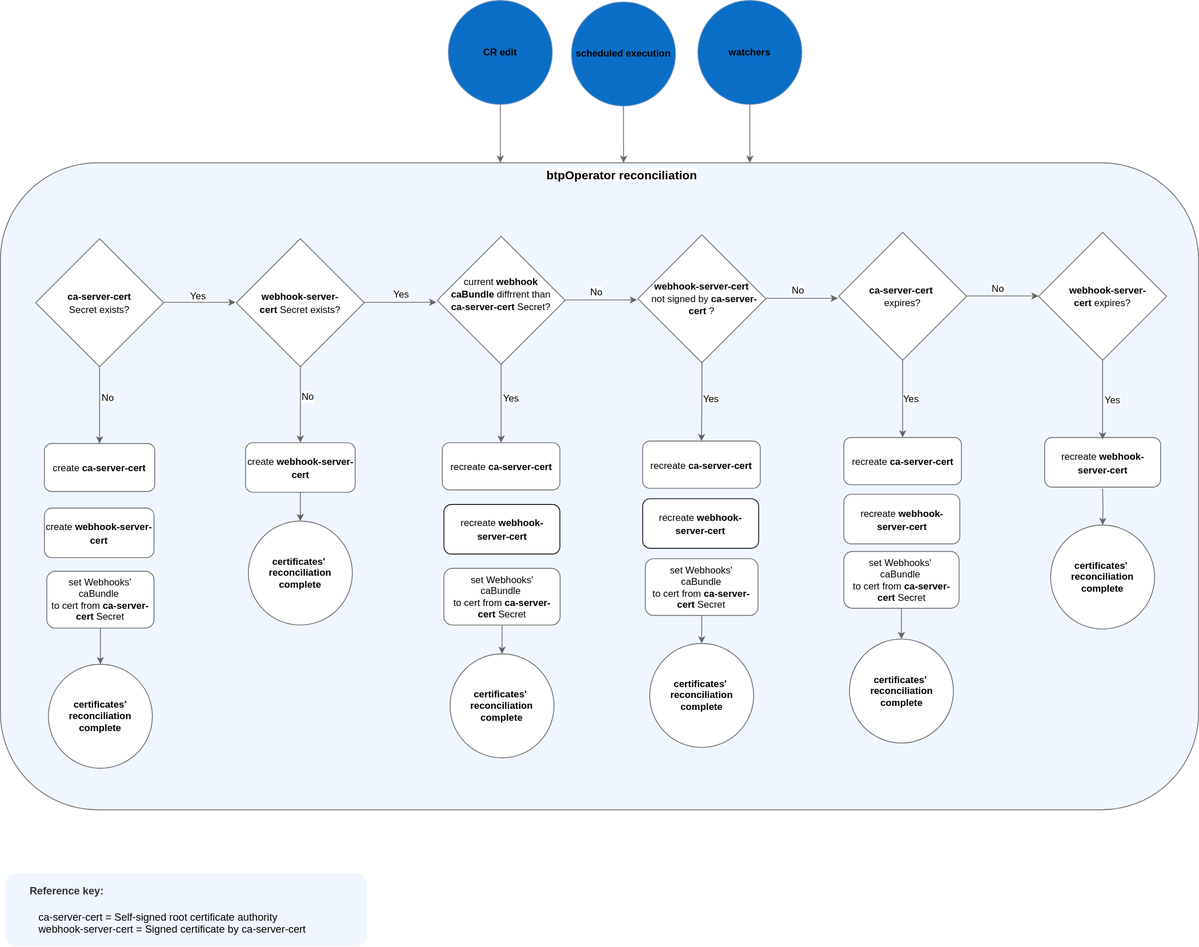
Earlier version of the draw.io export docs/assets/certs.svg (kyma-project/btp-manager). Source tidied: cells renumbered, new cells last; positions are measured from the earlier drawing's top-left corner, leaving out a move shared by most shapes.
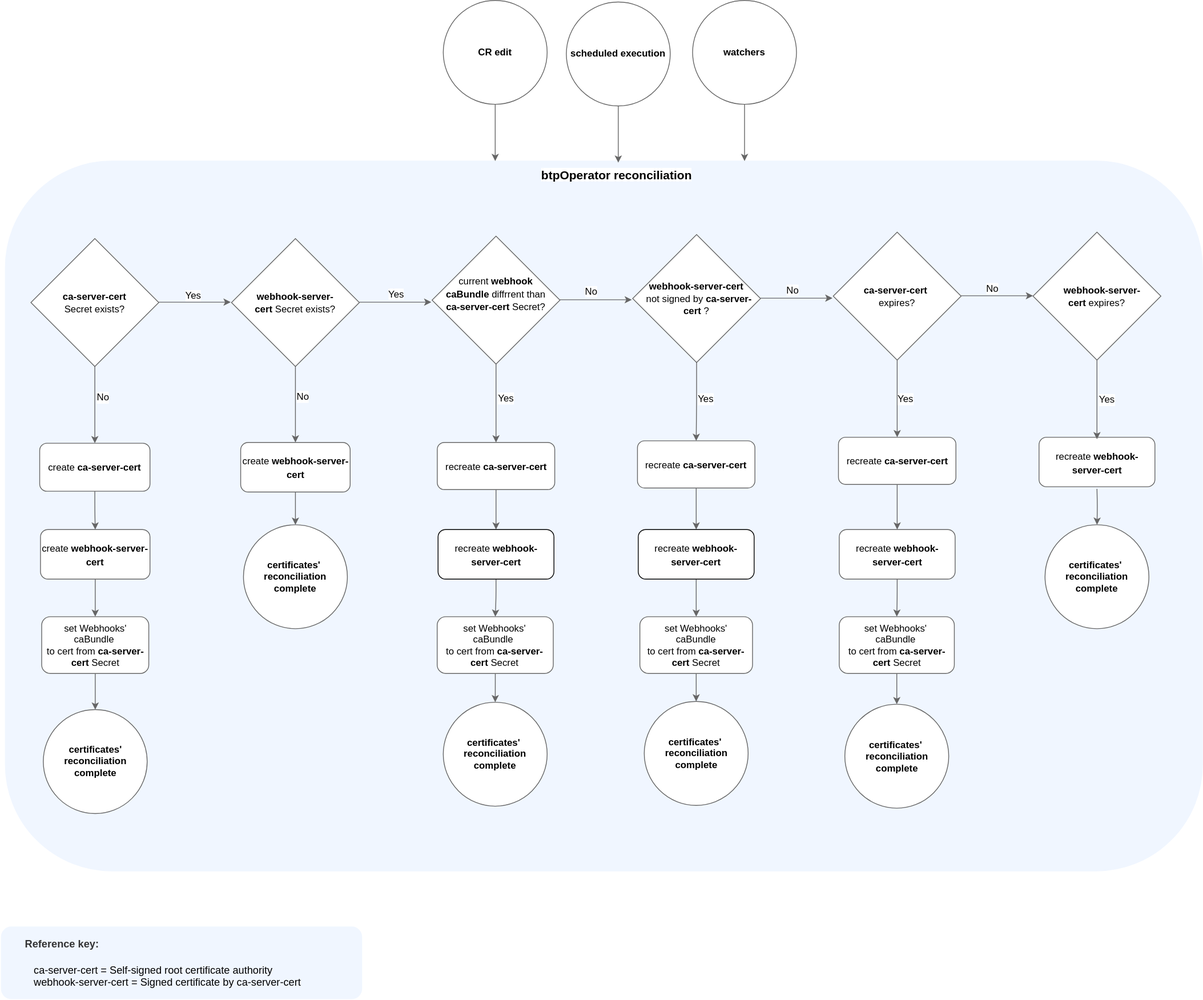
Above is the later version.

What changed in the source:
```diff
@@ -2,24 +2,36 @@
   <root>
     <mxCell id="0" />
     <mxCell id="1" parent="0" />
-    <mxCell id="2" style="rounded=1;whiteSpace=wrap;html=1;fontSize=14;fillColor=#f0f6ff;fontColor=#333333;strokeColor=#666666;" parent="1" vertex="1">
-      <mxGeometry y="203" width="1498" height="809" as="geometry" />
+    <mxCell id="2" style="rounded=1;whiteSpace=wrap;html=1;fontSize=14;fillColor=#f0f6ff;fontColor=#333333;strokeColor=#f0f6ff;" parent="1" vertex="1">
+      <mxGeometry x="12" y="201" width="1498" height="888" as="geometry" />
     </mxCell>
+    <mxCell id="64" style="edgeStyle=orthogonalEdgeStyle;rounded=1;jettySize=auto;html=1;strokeColor=#666666;" parent="1" edge="1" source="3" target="4">
+      <mxGeometry relative="1" as="geometry" />
+    </mxCell>
     <mxCell id="3" value="&lt;font style=&quot;font-size: 12px;&quot;&gt;recreate&amp;nbsp;&lt;b style=&quot;border-color: var(--border-color);&quot;&gt;ca-server-cert&lt;/b&gt;&lt;/font&gt;" style="rounded=1;whiteSpace=wrap;html=1;fontSize=14;strokeColor=#666666;" parent="1" vertex="1">
       <mxGeometry x="1054.5" y="546.5" width="147" height="59" as="geometry" />
     </mxCell>
+    <mxCell id="65" style="edgeStyle=orthogonalEdgeStyle;rounded=1;jettySize=auto;html=1;strokeColor=#666666;" parent="1" edge="1" source="4" target="14">
+      <mxGeometry relative="1" as="geometry" />
+    </mxCell>
     <mxCell id="4" value="&lt;font style=&quot;font-size: 12px;&quot;&gt;recreate&amp;nbsp;&lt;b style=&quot;border-color: var(--border-color);&quot;&gt;webhook-server-cert&lt;/b&gt;&lt;/font&gt;" style="rounded=1;whiteSpace=wrap;html=1;fontSize=14;strokeColor=#666666;" parent="1" vertex="1">
-      <mxGeometry x="1054.5" y="617.5" width="145" height="62" as="geometry" />
+      <mxGeometry x="1055.5" y="662" width="145" height="62" as="geometry" />
     </mxCell>
     <mxCell id="5" style="edgeStyle=orthogonalEdgeStyle;rounded=1;jettySize=auto;html=1;entryX=0.5;entryY=0;entryDx=0;entryDy=0;strokeColor=#666666;" parent="1" edge="1" source="6" target="46">
       <mxGeometry relative="1" as="geometry" />
     </mxCell>
     <mxCell id="6" value="&lt;div style=&quot;font-size: 12px;&quot;&gt;&lt;font style=&quot;background-color: initial; font-size: 12px;&quot;&gt;set Webhooks' caBundle&amp;nbsp;&lt;/font&gt;&lt;/div&gt;&lt;div style=&quot;font-size: 12px;&quot;&gt;&lt;font style=&quot;background-color: initial; font-size: 12px;&quot;&gt;to cert from&amp;nbsp;&lt;/font&gt;&lt;b style=&quot;background-color: initial; border-color: var(--border-color);&quot;&gt;ca-server-cert&amp;nbsp;&lt;/b&gt;&lt;span style=&quot;background-color: initial; border-color: var(--border-color);&quot;&gt;Secret&lt;/span&gt;&lt;/div&gt;" style="rounded=1;whiteSpace=wrap;html=1;fontSize=14;align=center;strokeColor=#666666;" parent="1" vertex="1">
-      <mxGeometry x="58" y="713.8" width="134" height="71" as="geometry" />
+      <mxGeometry x="57.5" y="771" width="134" height="71" as="geometry" />
     </mxCell>
+    <mxCell id="66" style="edgeStyle=orthogonalEdgeStyle;rounded=1;jettySize=auto;html=1;strokeColor=#666666;" parent="1" edge="1" source="7" target="6">
+      <mxGeometry relative="1" as="geometry" />
+    </mxCell>
     <mxCell id="7" value="&lt;font style=&quot;font-size: 12px;&quot;&gt;create&amp;nbsp;&lt;b style=&quot;border-color: var(--border-color);&quot;&gt;webhook-server-cert&lt;/b&gt;&lt;/font&gt;" style="rounded=1;whiteSpace=wrap;html=1;fontSize=14;strokeColor=#666666;" parent="1" vertex="1">
-      <mxGeometry x="55" y="634.8" width="137" height="62" as="geometry" />
+      <mxGeometry x="56" y="662" width="137" height="62" as="geometry" />
     </mxCell>
+    <mxCell id="67" style="edgeStyle=orthogonalEdgeStyle;rounded=1;jettySize=auto;html=1;strokeColor=#666666;" parent="1" edge="1" source="8" target="7">
+      <mxGeometry relative="1" as="geometry" />
+    </mxCell>
     <mxCell id="8" value="&lt;font style=&quot;font-size: 12px;&quot;&gt;create&amp;nbsp;&lt;b style=&quot;border-color: var(--border-color);&quot;&gt;ca-server-cert&lt;/b&gt;&lt;/font&gt;" style="rounded=1;whiteSpace=wrap;html=1;fontSize=14;strokeColor=#666666;" parent="1" vertex="1">
       <mxGeometry x="55" y="554" width="138" height="60" as="geometry" />
     </mxCell>
@@ -31,7 +43,7 @@
         </Array>
       </mxGeometry>
     </mxCell>
-    <mxCell id="10" value="&lt;span style=&quot;font-size: 12px;&quot;&gt;&lt;b&gt;CR edit&lt;/b&gt;&lt;/span&gt;" style="ellipse;whiteSpace=wrap;html=1;labelBackgroundColor=none;fontSize=10;fillColor=#0a6ec7;strokeColor=#6c8ebf;" parent="1" vertex="1">
+    <mxCell id="10" value="&lt;span style=&quot;font-size: 12px;&quot;&gt;&lt;b&gt;CR edit&lt;/b&gt;&lt;/span&gt;" style="ellipse;whiteSpace=wrap;html=1;labelBackgroundColor=none;fontSize=10;fillColor=#FFFFFF;strokeColor=#666666;" parent="1" vertex="1">
       <mxGeometry x="560" width="130" height="130" as="geometry" />
     </mxCell>
     <mxCell id="11" style="edgeStyle=orthogonalEdgeStyle;rounded=1;jettySize=auto;html=1;strokeColor=#666666;" parent="1" edge="1" source="12" target="47">
@@ -44,13 +56,13 @@
       <mxGeometry relative="1" as="geometry" />
     </mxCell>
     <mxCell id="14" value="&lt;div style=&quot;font-size: 12px;&quot;&gt;&lt;font style=&quot;background-color: initial; font-size: 12px;&quot;&gt;set Webhooks'&amp;nbsp;&lt;/font&gt;&lt;/div&gt;&lt;div style=&quot;font-size: 12px;&quot;&gt;&lt;font style=&quot;background-color: initial; font-size: 12px;&quot;&gt;caBundle&amp;nbsp;&lt;/font&gt;&lt;/div&gt;&lt;div style=&quot;font-size: 12px;&quot;&gt;&lt;font style=&quot;background-color: initial; font-size: 12px;&quot;&gt;to cert from&amp;nbsp;&lt;/font&gt;&lt;b style=&quot;background-color: initial; border-color: var(--border-color);&quot;&gt;ca-server-cert&amp;nbsp;&lt;/b&gt;&lt;span style=&quot;background-color: initial; border-color: var(--border-color);&quot;&gt;Secret&lt;/span&gt;&lt;/div&gt;" style="rounded=1;whiteSpace=wrap;html=1;fontSize=14;align=center;strokeColor=#666666;" parent="1" vertex="1">
-      <mxGeometry x="1054.5" y="689" width="144" height="71" as="geometry" />
+      <mxGeometry x="1055.5" y="771" width="144" height="71" as="geometry" />
     </mxCell>
     <mxCell id="15" style="edgeStyle=orthogonalEdgeStyle;rounded=1;jettySize=auto;html=1;strokeColor=#666666;" parent="1" edge="1" source="16" target="49">
       <mxGeometry relative="1" as="geometry" />
     </mxCell>
     <mxCell id="16" value="&lt;div style=&quot;font-size: 12px;&quot;&gt;&lt;font style=&quot;background-color: initial; font-size: 12px;&quot;&gt;set Webhooks'&lt;/font&gt;&lt;/div&gt;&lt;div style=&quot;font-size: 12px;&quot;&gt;&lt;font style=&quot;background-color: initial; font-size: 12px;&quot;&gt;&amp;nbsp;caBundle&amp;nbsp;&lt;/font&gt;&lt;/div&gt;&lt;div style=&quot;font-size: 12px;&quot;&gt;&lt;font style=&quot;background-color: initial; font-size: 12px;&quot;&gt;to cert from&amp;nbsp;&lt;/font&gt;&lt;b style=&quot;background-color: initial; border-color: var(--border-color);&quot;&gt;ca-server-cert&amp;nbsp;&lt;/b&gt;&lt;span style=&quot;background-color: initial; border-color: var(--border-color);&quot;&gt;Secret&lt;/span&gt;&lt;/div&gt;" style="rounded=1;whiteSpace=wrap;html=1;fontSize=14;align=center;strokeColor=#666666;" parent="1" vertex="1">
-      <mxGeometry x="806.2" y="698" width="141" height="71" as="geometry" />
+      <mxGeometry x="806" y="771" width="141" height="71" as="geometry" />
     </mxCell>
     <mxCell id="17" style="edgeStyle=orthogonalEdgeStyle;rounded=1;jettySize=auto;html=1;strokeColor=#666666;" parent="1" edge="1" target="51">
       <mxGeometry relative="1" as="geometry">
@@ -60,11 +72,17 @@
     <mxCell id="18" value="&lt;font style=&quot;font-size: 12px;&quot;&gt;recreate&amp;nbsp;&lt;b style=&quot;border-color: var(--border-color);&quot;&gt;webhook-server-cert&lt;/b&gt;&lt;/font&gt;" style="rounded=1;whiteSpace=wrap;html=1;fontSize=14;strokeColor=#666666;" parent="1" vertex="1">
       <mxGeometry x="1305.5" y="546.5" width="145" height="62" as="geometry" />
     </mxCell>
+    <mxCell id="68" style="edgeStyle=orthogonalEdgeStyle;rounded=1;jettySize=auto;html=1;strokeColor=#666666;" parent="1" edge="1" source="19" target="20">
+      <mxGeometry relative="1" as="geometry" />
+    </mxCell>
     <mxCell id="19" value="&lt;font style=&quot;font-size: 12px;&quot;&gt;recreate&amp;nbsp;&lt;b style=&quot;border-color: var(--border-color);&quot;&gt;ca-server-cert&lt;/b&gt;&lt;/font&gt;" style="rounded=1;whiteSpace=wrap;html=1;fontSize=14;strokeColor=#666666;" parent="1" vertex="1">
       <mxGeometry x="803" y="551" width="147" height="59" as="geometry" />
     </mxCell>
+    <mxCell id="69" style="edgeStyle=orthogonalEdgeStyle;rounded=1;jettySize=auto;html=1;strokeColor=#666666;" parent="1" edge="1" source="20" target="16">
+      <mxGeometry relative="1" as="geometry" />
+    </mxCell>
     <mxCell id="20" value="&lt;font style=&quot;font-size: 12px;&quot;&gt;recreate&amp;nbsp;&lt;b style=&quot;border-color: var(--border-color);&quot;&gt;webhook-server-cert&lt;/b&gt;&lt;/font&gt;" style="rounded=1;whiteSpace=wrap;html=1;fontSize=14;" parent="1" vertex="1">
-      <mxGeometry x="803" y="623" width="145" height="62" as="geometry" />
+      <mxGeometry x="804" y="662" width="145" height="62" as="geometry" />
     </mxCell>
     <mxCell id="21" style="edgeStyle=orthogonalEdgeStyle;rounded=1;jettySize=auto;html=1;strokeColor=#666666;" parent="1" edge="1" source="22" target="2">
       <mxGeometry relative="1" as="geometry">
@@ -74,13 +92,13 @@
         </Array>
       </mxGeometry>
     </mxCell>
-    <mxCell id="22" value="&lt;b style=&quot;border-color: var(--border-color); font-size: 12px;&quot;&gt;&lt;font style=&quot;border-color: var(--border-color); font-size: 12px;&quot;&gt;watchers&lt;/font&gt;&lt;/b&gt;" style="ellipse;whiteSpace=wrap;html=1;labelBackgroundColor=none;fontSize=10;fillColor=#0a6ec7;strokeColor=#6c8ebf;" parent="1" vertex="1">
+    <mxCell id="22" value="&lt;b style=&quot;border-color: var(--border-color); font-size: 12px;&quot;&gt;&lt;font style=&quot;border-color: var(--border-color); font-size: 12px;&quot;&gt;watchers&lt;/font&gt;&lt;/b&gt;" style="ellipse;whiteSpace=wrap;html=1;labelBackgroundColor=none;fontSize=10;fillColor=#FFFFFF;strokeColor=#666666;" parent="1" vertex="1">
       <mxGeometry x="872" width="130" height="130" as="geometry" />
     </mxCell>
     <mxCell id="23" style="edgeStyle=orthogonalEdgeStyle;rounded=1;jettySize=auto;html=1;strokeColor=#666666;" parent="1" edge="1" source="24" target="62">
       <mxGeometry relative="1" as="geometry" />
     </mxCell>
-    <mxCell id="24" value="&lt;b style=&quot;border-color: var(--border-color); font-size: 12px;&quot;&gt;scheduled execution&lt;br&gt;&lt;/b&gt;" style="ellipse;whiteSpace=wrap;html=1;labelBackgroundColor=none;fontSize=10;fillColor=#0a6ec7;strokeColor=#6c8ebf;" parent="1" vertex="1">
+    <mxCell id="24" value="&lt;b style=&quot;border-color: var(--border-color); font-size: 12px;&quot;&gt;scheduled execution&lt;br&gt;&lt;/b&gt;" style="ellipse;whiteSpace=wrap;html=1;labelBackgroundColor=none;fontSize=10;fillColor=#FFFFFF;strokeColor=#666666;" parent="1" vertex="1">
       <mxGeometry x="714" y="2" width="130" height="130" as="geometry" />
     </mxCell>
     <mxCell id="25" style="edgeStyle=orthogonalEdgeStyle;rounded=1;jettySize=auto;html=1;entryX=0.5;entryY=0;entryDx=0;entryDy=0;strokeColor=#666666;" parent="1" edge="1" source="27" target="44">
@@ -142,28 +160,34 @@
       <mxGeometry relative="1" as="geometry" />
     </mxCell>
     <mxCell id="43" value="&lt;div style=&quot;font-size: 12px;&quot;&gt;&lt;font style=&quot;background-color: initial; font-size: 12px;&quot;&gt;set Webhooks'&lt;/font&gt;&lt;/div&gt;&lt;div style=&quot;font-size: 12px;&quot;&gt;&lt;font style=&quot;background-color: initial; font-size: 12px;&quot;&gt;caBundle&amp;nbsp;&lt;/font&gt;&lt;/div&gt;&lt;div style=&quot;font-size: 12px;&quot;&gt;&lt;font style=&quot;background-color: initial; font-size: 12px;&quot;&gt;to cert from&amp;nbsp;&lt;/font&gt;&lt;b style=&quot;background-color: initial; border-color: var(--border-color);&quot;&gt;ca-server-cert&amp;nbsp;&lt;/b&gt;&lt;span style=&quot;background-color: initial; border-color: var(--border-color);&quot;&gt;Secret&lt;/span&gt;&lt;/div&gt;" style="rounded=1;whiteSpace=wrap;html=1;fontSize=14;align=center;strokeColor=#666666;" parent="1" vertex="1">
-      <mxGeometry x="554.5" y="710" width="145.2" height="71" as="geometry" />
+      <mxGeometry x="552.4" y="771" width="145.2" height="71" as="geometry" />
     </mxCell>
+    <mxCell id="70" style="edgeStyle=orthogonalEdgeStyle;rounded=1;jettySize=auto;html=1;strokeColor=#666666;" parent="1" edge="1" source="44" target="45">
+      <mxGeometry relative="1" as="geometry" />
+    </mxCell>
     <mxCell id="44" value="&lt;font style=&quot;font-size: 12px;&quot;&gt;recreate&amp;nbsp;&lt;b style=&quot;border-color: var(--border-color);&quot;&gt;ca-server-cert&lt;/b&gt;&lt;/font&gt;" style="rounded=1;whiteSpace=wrap;html=1;fontSize=14;strokeColor=#666666;" parent="1" vertex="1">
       <mxGeometry x="552.5" y="553" width="147" height="59" as="geometry" />
     </mxCell>
+    <mxCell id="71" style="edgeStyle=orthogonalEdgeStyle;rounded=1;jettySize=auto;html=1;strokeColor=#666666;" parent="1" edge="1" source="45" target="43">
+      <mxGeometry relative="1" as="geometry" />
+    </mxCell>
     <mxCell id="45" value="&lt;font style=&quot;font-size: 12px;&quot;&gt;recreate&amp;nbsp;&lt;b style=&quot;border-color: var(--border-color);&quot;&gt;webhook-server-cert&lt;/b&gt;&lt;/font&gt;" style="rounded=1;whiteSpace=wrap;html=1;fontSize=14;" parent="1" vertex="1">
-      <mxGeometry x="554.5" y="630.2" width="145" height="62" as="geometry" />
+      <mxGeometry x="553.5" y="662" width="145" height="62" as="geometry" />
     </mxCell>
     <mxCell id="46" value="&lt;font style=&quot;font-size: 12px;&quot;&gt;&lt;b style=&quot;&quot;&gt;certificates' reconciliation&lt;br&gt;complete&lt;br&gt;&lt;/b&gt;&lt;/font&gt;" style="ellipse;whiteSpace=wrap;html=1;labelBackgroundColor=none;fontSize=10;fillColor=#FFFFFF;strokeColor=#666666;" parent="1" vertex="1">
-      <mxGeometry x="60" y="830" width="130" height="130" as="geometry" />
+      <mxGeometry x="59.5" y="887.2" width="130" height="130" as="geometry" />
     </mxCell>
     <mxCell id="47" value="&lt;b style=&quot;border-color: var(--border-color); font-size: 12px;&quot;&gt;&lt;font style=&quot;font-size: 12px;&quot;&gt;certificates'&amp;nbsp;&lt;br&gt;&lt;/font&gt;&lt;/b&gt;&lt;font style=&quot;font-size: 12px;&quot;&gt;&lt;b style=&quot;&quot;&gt;&lt;font style=&quot;font-size: 12px;&quot;&gt;reconciliation&lt;br&gt;complete&lt;/font&gt;&lt;br&gt;&lt;/b&gt;&lt;/font&gt;" style="ellipse;whiteSpace=wrap;html=1;labelBackgroundColor=none;fontSize=10;fillColor=#FFFFFF;strokeColor=#666666;" parent="1" vertex="1">
-      <mxGeometry x="310" y="651" width="130" height="130" as="geometry" />
+      <mxGeometry x="310" y="656" width="130" height="130" as="geometry" />
     </mxCell>
     <mxCell id="48" value="&lt;b style=&quot;border-color: var(--border-color); font-size: 12px;&quot;&gt;&lt;font style=&quot;font-size: 12px;&quot;&gt;certificates'&amp;nbsp;&lt;br&gt;&lt;/font&gt;&lt;/b&gt;&lt;font style=&quot;font-size: 12px;&quot;&gt;&lt;b style=&quot;&quot;&gt;&lt;font style=&quot;font-size: 12px;&quot;&gt;reconciliation&lt;br&gt;complete&lt;/font&gt;&lt;br&gt;&lt;/b&gt;&lt;/font&gt;" style="ellipse;whiteSpace=wrap;html=1;labelBackgroundColor=none;fontSize=10;fillColor=#FFFFFF;strokeColor=#666666;" parent="1" vertex="1">
-      <mxGeometry x="562.1" y="817" width="130" height="130" as="geometry" />
+      <mxGeometry x="560" y="878" width="130" height="130" as="geometry" />
     </mxCell>
     <mxCell id="49" value="&lt;font style=&quot;font-size: 12px;&quot;&gt;&lt;b style=&quot;border-color: var(--border-color);&quot;&gt;certificates'&amp;nbsp;&lt;br&gt;&lt;/b&gt;&lt;b&gt;reconciliation&lt;br&gt;&lt;/b&gt;&lt;b style=&quot;border-color: var(--border-color);&quot;&gt;complete&lt;/b&gt;&lt;/font&gt;&lt;font size=&quot;1&quot; color=&quot;#330000&quot;&gt;&lt;b&gt;&lt;br&gt;&lt;/b&gt;&lt;/font&gt;" style="ellipse;whiteSpace=wrap;html=1;labelBackgroundColor=none;fontSize=10;fillColor=#FFFFFF;strokeColor=#666666;" parent="1" vertex="1">
-      <mxGeometry x="811.8" y="804" width="130" height="130" as="geometry" />
+      <mxGeometry x="811.5" y="877" width="130" height="130" as="geometry" />
     </mxCell>
     <mxCell id="50" value="&lt;font style=&quot;font-size: 12px;&quot;&gt;&lt;b style=&quot;border-color: var(--border-color);&quot;&gt;certificates'&amp;nbsp;&lt;br&gt;&lt;/b&gt;&lt;b&gt;reconciliation&lt;br&gt;&lt;/b&gt;&lt;b style=&quot;border-color: var(--border-color);&quot;&gt;complete&lt;/b&gt;&lt;/font&gt;&lt;font size=&quot;1&quot; color=&quot;#330000&quot;&gt;&lt;b&gt;&lt;br&gt;&lt;/b&gt;&lt;/font&gt;" style="ellipse;whiteSpace=wrap;html=1;labelBackgroundColor=none;fontSize=10;fillColor=#FFFFFF;strokeColor=#666666;" parent="1" vertex="1">
-      <mxGeometry x="1061.5" y="798.5" width="130" height="130" as="geometry" />
+      <mxGeometry x="1062.5" y="880.5" width="130" height="130" as="geometry" />
     </mxCell>
     <mxCell id="51" value="&lt;b style=&quot;border-color: var(--border-color); font-size: 12px;&quot;&gt;&lt;font style=&quot;font-size: 12px;&quot;&gt;certificates'&lt;/font&gt;&lt;/b&gt;&lt;font style=&quot;font-size: 12px;&quot;&gt;&lt;b style=&quot;&quot;&gt;&lt;font style=&quot;font-size: 12px;&quot;&gt;&amp;nbsp;&lt;br&gt;reconciliation&lt;br&gt;complete&lt;/font&gt;&lt;br&gt;&lt;/b&gt;&lt;/font&gt;" style="ellipse;whiteSpace=wrap;html=1;labelBackgroundColor=none;fontSize=10;fillColor=#FFFFFF;strokeColor=#666666;" parent="1" vertex="1">
       <mxGeometry x="1313" y="656" width="130" height="130" as="geometry" />
@@ -227,7 +251,7 @@
       <mxGeometry x="680.6" y="203" width="196.9" height="25" as="geometry" />
     </mxCell>
     <mxCell id="63" value="&lt;font style=&quot;font-size: 13px;&quot;&gt;&lt;b style=&quot;&quot;&gt;&lt;span style=&quot;white-space: pre;&quot;&gt;&#9;&lt;/span&gt;&lt;font style=&quot;font-size: 13px;&quot;&gt;Reference key:&lt;br&gt;&lt;/font&gt;&lt;/b&gt;&lt;font style=&quot;font-size: 13px;&quot;&gt;&lt;br&gt;&lt;/font&gt;&lt;/font&gt;&lt;blockquote style=&quot;margin: 0px 0px 0px 40px; border: none; padding: 0px; font-size: 13px;&quot;&gt;&lt;font style=&quot;font-size: 13px;&quot;&gt;&lt;span style=&quot;border-color: var(--border-color); color: rgb(0, 0, 0);&quot;&gt;&lt;font style=&quot;border-color: var(--border-color); font-size: 13px;&quot;&gt;ca-server-cert&lt;/font&gt;&amp;nbsp;=&amp;nbsp;Self-signed root certificate authority&lt;br&gt;&lt;/span&gt;&lt;span style=&quot;border-color: var(--border-color); color: rgb(0, 0, 0);&quot;&gt;&lt;span style=&quot;border-color: var(--border-color);&quot;&gt;&lt;font style=&quot;border-color: var(--border-color); font-size: 13px;&quot;&gt;webhook-server-cert&amp;nbsp;&lt;/font&gt;&lt;font style=&quot;border-color: var(--border-color); font-size: 13px;&quot;&gt;=&lt;/font&gt;&lt;font style=&quot;border-color: var(--border-color); font-size: 13px;&quot;&gt;&amp;nbsp;&lt;/font&gt;&lt;font style=&quot;border-color: var(--border-color); font-size: 13px;&quot;&gt;Signed certificate by&amp;nbsp;&lt;/font&gt;&lt;font style=&quot;border-color: var(--border-color); font-size: 13px;&quot;&gt;ca-server-cert&lt;/font&gt;&lt;/span&gt;&lt;/span&gt;&lt;/font&gt;&lt;/blockquote&gt;" style="rounded=1;whiteSpace=wrap;html=1;fontSize=14;fillColor=#f0f6ff;fontColor=#333333;strokeColor=#FFFFFF;align=left;" parent="1" vertex="1">
-      <mxGeometry x="6" y="1091" width="453" height="92" as="geometry" />
+      <mxGeometry x="6" y="1158" width="453" height="92" as="geometry" />
     </mxCell>
   </root>
 </mxGraphModel>
```
